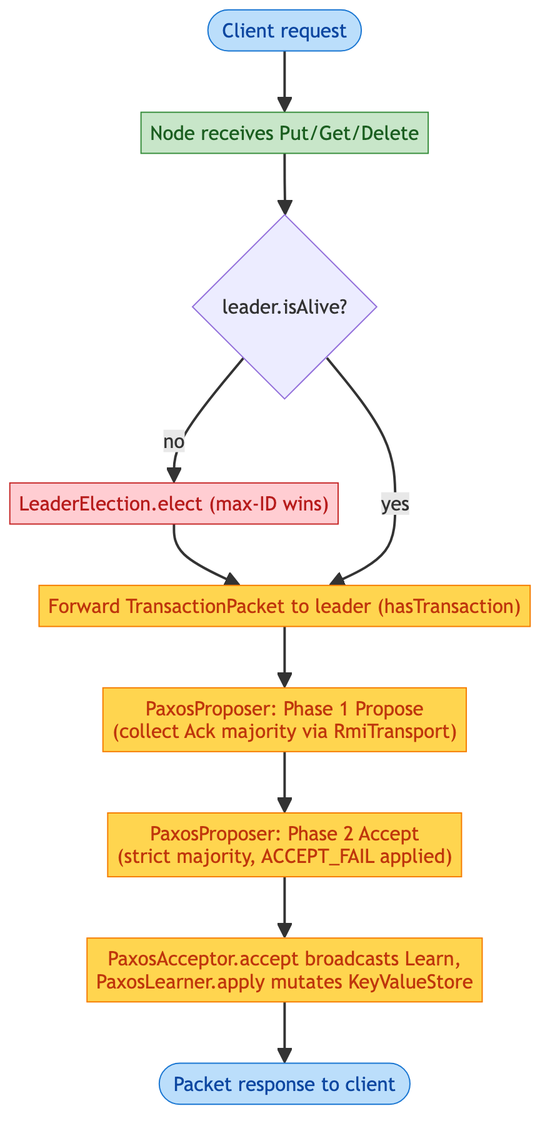
magana272/PAXOS-Key-Value-Store keeps this Mermaid diagram as docs/diagrams/lifecycle.png. Above is the earlier version. Its source is kept beside it as docs/diagrams/lifecycle.mmd.
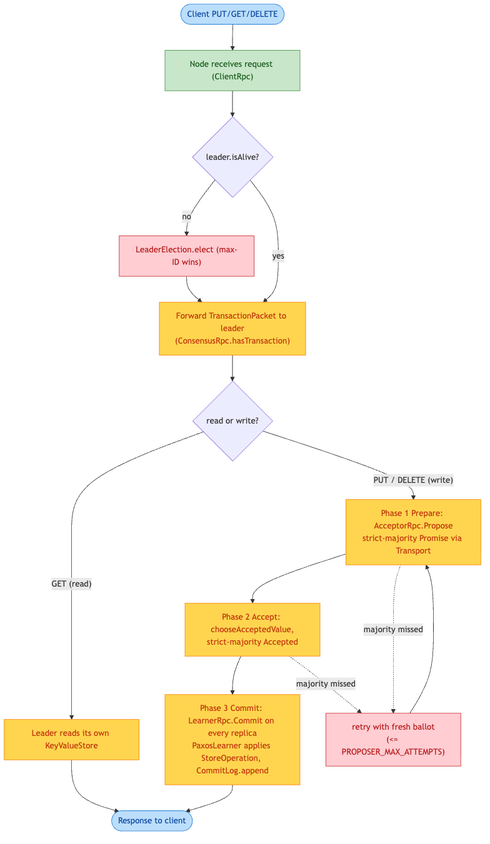
The same file after the commit.

Commit message:
docs: document role-segregated RPC layout and refresh lifecycle diagram

Add a Node internals section to the README covering the five per-role
RMI interfaces (Client/Consensus/Acceptor/Learner/Membership RPC),
the StoreOperation strategy, Abstract{Acceptor,Learner} bases, the
Transport abstraction, and the per-node CommitLog. Update the
transaction lifecycle diagram to the new contracts, add the GET
read short-circuit, and show the fresh-ballot retry loop.

What changed in the source:
```diff
@@ -1,13 +1,19 @@
 flowchart TD
-    Req([Client request]):::client --> Lookup["Node receives Put/Get/Delete"]:::acceptor
-    Lookup --> Alive{"leader.isAlive?"}
+    Req([Client PUT/GET/DELETE]):::client --> Recv["Node receives request (ClientRpc)"]:::acceptor
+    Recv --> Alive{"leader.isAlive?"}
     Alive -- no --> Elect["LeaderElection.elect (max-ID wins)"]:::fail
     Elect --> Forward
-    Alive -- yes --> Forward["Forward TransactionPacket to leader (hasTransaction)"]:::leader
-    Forward --> Propose["PaxosProposer: Phase 1 Propose<br/>(collect Ack majority via RmiTransport)"]:::leader
-    Propose --> Accept["PaxosProposer: Phase 2 Accept<br/>(strict majority, ACCEPT_FAIL applied)"]:::leader
-    Accept --> Apply["Paxosacceptor.Accept broadcasts Learn,<br/>PaxosLearner.apply mutates KeyValueStore"]:::leader
-    Apply --> Resp([Packet response to client]):::client
+    Alive -- yes --> Forward["Forward TransactionPacket to leader<br/>(ConsensusRpc.hasTransaction)"]:::leader
+    Forward --> Kind{read or write?}
+    Kind -- "GET (read)" --> LocalRead["Leader reads its own KeyValueStore"]:::leader
+    Kind -- "PUT / DELETE (write)" --> Propose["Phase 1 Prepare: AcceptorRpc.Propose<br/>strict-majority Promise via Transport"]:::leader
+    Propose --> Accept["Phase 2 Accept: chooseAcceptedValue,<br/>strict-majority Accepted"]:::leader
+    Accept --> Commit["Phase 3 Commit: LearnerRpc.Commit on every replica<br/>PaxosLearner applies StoreOperation, CommitLog.append"]:::leader
+    Propose -. majority missed .-> Retry["retry with fresh ballot<br/>(&lt;= PROPOSER_MAX_ATTEMPTS)"]:::fail
+    Accept -. majority missed .-> Retry
+    Retry --> Propose
+    Commit --> Resp
+    LocalRead --> Resp([Response to client]):::client
     classDef client fill:#bbdefb,stroke:#1976d2,color:#0d47a1
     classDef leader fill:#ffd54f,stroke:#f57c00,color:#bf360c
     classDef acceptor fill:#c8e6c9,stroke:#388e3c,color:#1b5e20
```
